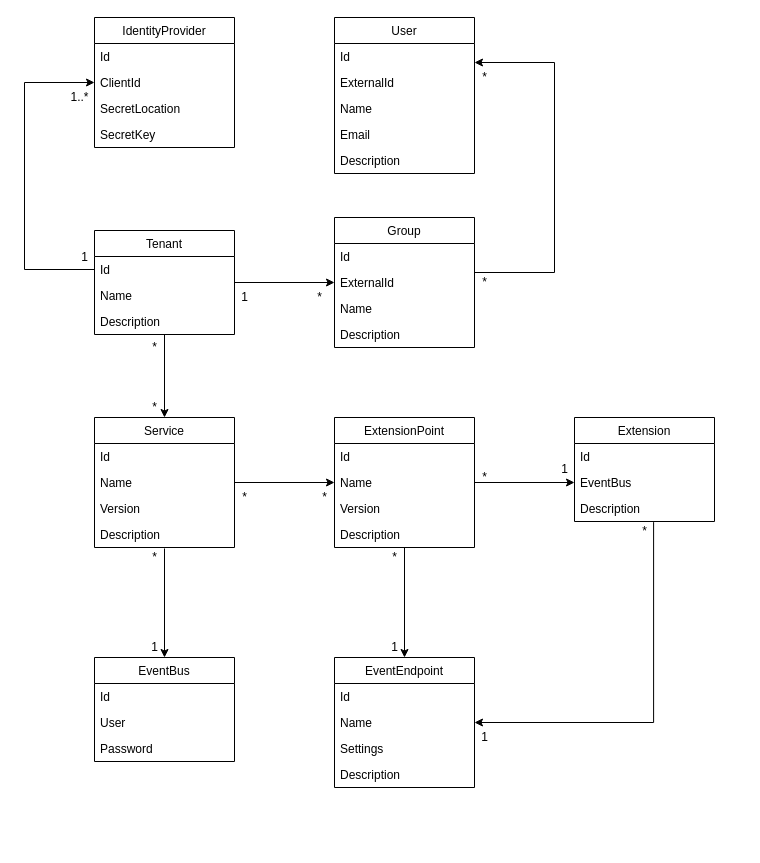
idarb-oss/alinea-doc keeps this draw.io diagram as diagrams/Untitled Diagram.drawio. Above is the earlier version. Source tidied: cells renumbered, new cells numbered last; positions are measured from the earlier drawing's top-left corner, leaving out a move shared by most shapes. Both pictures are drawn from the tidied source at 100%, with x=0, y=0 at pixel (24, 17).
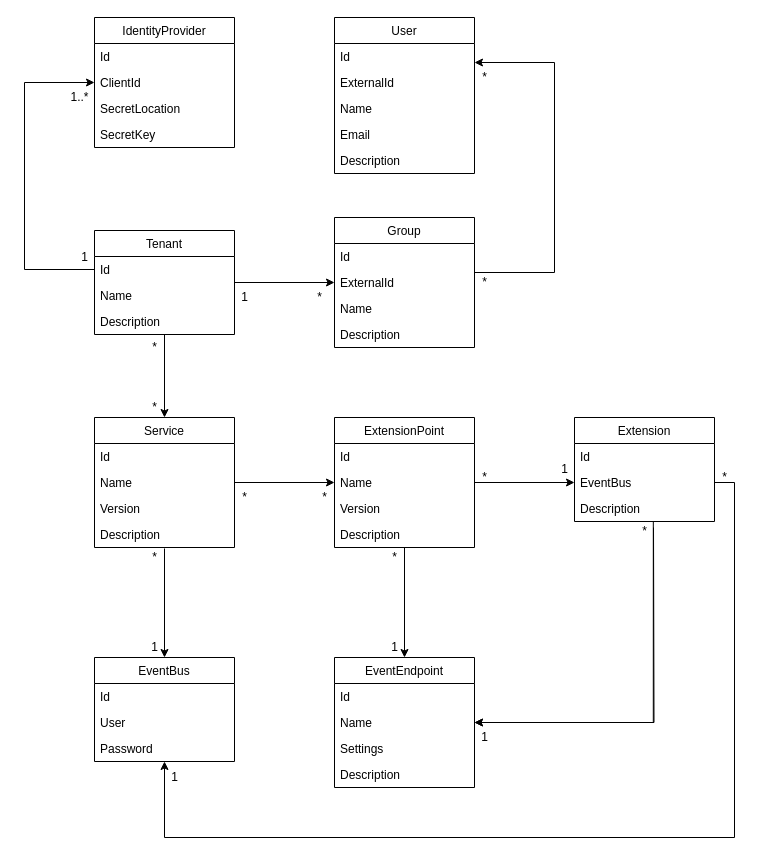
After the change.

Unchanged cells that the change refers to:
```xml
<mxCell id="50" value="EventBus" style="text;strokeColor=none;fillColor=none;align=left;verticalAlign=top;spacingLeft=4;spacingRight=4;overflow=hidden;points=[[0,0.5],[1,0.5]];portConstraint=eastwest;" parent="48" vertex="1">
  <mxGeometry y="52" width="140" height="26" as="geometry" />
</mxCell>
<mxCell id="51" value="Description" style="text;strokeColor=none;fillColor=none;align=left;verticalAlign=top;spacingLeft=4;spacingRight=4;overflow=hidden;points=[[0,0.5],[1,0.5]];portConstraint=eastwest;" parent="48" vertex="1">
  <mxGeometry y="78" width="140" height="26" as="geometry" />
</mxCell>
<mxCell id="55" value="Password" style="text;strokeColor=none;fillColor=none;align=left;verticalAlign=top;spacingLeft=4;spacingRight=4;overflow=hidden;points=[[0,0.5],[1,0.5]];portConstraint=eastwest;" parent="52" vertex="1">
  <mxGeometry y="78" width="140" height="26" as="geometry" />
</mxCell>
<mxCell id="60" value="Name" style="text;strokeColor=none;fillColor=none;align=left;verticalAlign=top;spacingLeft=4;spacingRight=4;overflow=hidden;points=[[0,0.5],[1,0.5]];portConstraint=eastwest;" parent="58" vertex="1">
  <mxGeometry y="52" width="140" height="26" as="geometry" />
</mxCell>
```

Change to the diagram source:
```diff
@@
-    <mxCell id="57" style="edgeStyle=orthogonalEdgeStyle;rounded=0;jettySize=auto;html=1;endArrow=classic;endFill=1;entryX=1;entryY=0.5;entryDx=0;entryDy=0;exitX=0.565;exitY=1.025;exitDx=0;exitDy=0;exitPerimeter=0;" parent="1" edge="1" source="51" target="60">
-      <mxGeometry relative="1" as="geometry" />
+    <mxCell id="57" style="edgeStyle=orthogonalEdgeStyle;rounded=0;jettySize=auto;html=1;endArrow=classic;endFill=1;entryX=1;entryY=0.5;entryDx=0;entryDy=0;" parent="1" edge="1" target="60">
+      <mxGeometry relative="1" as="geometry">
+        <mxPoint x="629" y="510" as="sourcePoint" />
+      </mxGeometry>
     </mxCell>
@@
+    <mxCell id="72" style="edgeStyle=orthogonalEdgeStyle;rounded=0;jettySize=auto;html=1;exitX=1;exitY=0.5;exitDx=0;exitDy=0;" parent="1" edge="1" source="50" target="55">
+      <mxGeometry relative="1" as="geometry">
+        <Array as="points">
+          <mxPoint x="710" y="465" />
+          <mxPoint x="710" y="820" />
+          <mxPoint x="140" y="820" />
+        </Array>
+      </mxGeometry>
+    </mxCell>
+    <mxCell id="73" value="*" style="text;html=1;align=center;verticalAlign=middle;fillColor=none;strokeColor=none;rounded=0;" parent="1" vertex="1">
+      <mxGeometry x="690" y="450" width="20" height="20" as="geometry" />
+    </mxCell>
+    <mxCell id="74" value="1" style="text;html=1;align=center;verticalAlign=middle;fillColor=none;strokeColor=none;rounded=0;" parent="1" vertex="1">
+      <mxGeometry x="140" y="750" width="20" height="20" as="geometry" />
+    </mxCell>
+    <mxCell id="75" style="edgeStyle=orthogonalEdgeStyle;rounded=0;jettySize=auto;html=1;endArrow=classic;endFill=1;entryX=1;entryY=0.5;entryDx=0;entryDy=0;exitX=0.563;exitY=1.009;exitDx=0;exitDy=0;exitPerimeter=0;" parent="1" edge="1" source="51" target="60">
+      <mxGeometry relative="1" as="geometry" />
+    </mxCell>
```
